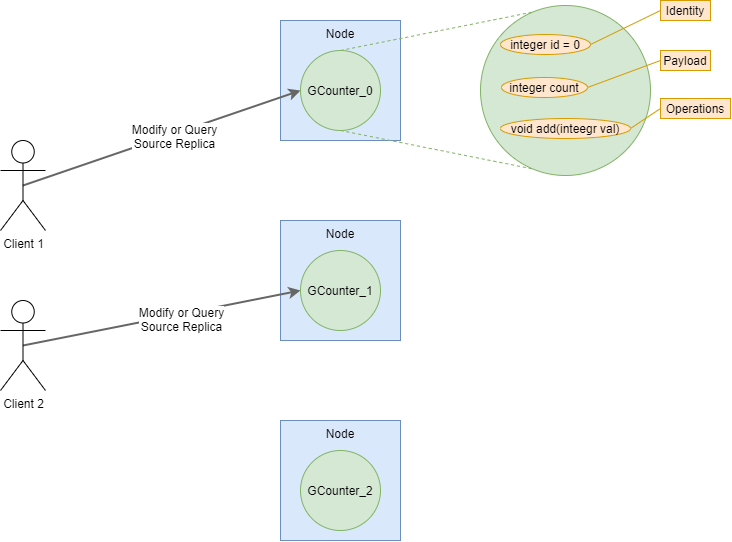
peshkovm/masters-degree-diploma keeps this draw.io diagram as drawio/crdt_system_model.png. Above is the earlier version. Source tidied: cells renumbered, new cells last; positions are measured from the earlier drawing's top-left corner, leaving out a move shared by most shapes. Source of this version:
```xml
<mxGraphModel>
  <root>
    <mxCell id="0" />
    <mxCell id="1" parent="0" />
    <mxCell id="2" value="Node" style="whiteSpace=wrap;html=1;verticalAlign=top;fillColor=#dae8fc;strokeColor=#6c8ebf;sketch=0;rounded=0;" parent="1" vertex="1">
      <mxGeometry x="280" y="20" width="120" height="120" as="geometry" />
    </mxCell>
    <mxCell id="3" style="rounded=0;jettySize=auto;html=1;exitX=0.5;exitY=0;exitDx=0;exitDy=0;entryX=0.5;entryY=0;entryDx=0;entryDy=0;endArrow=none;endFill=0;dashed=1;fillColor=#d5e8d4;strokeColor=#82b366;" parent="1" edge="1" source="5" target="6">
      <mxGeometry relative="1" as="geometry" />
    </mxCell>
    <mxCell id="4" style="edgeStyle=none;rounded=0;jettySize=auto;html=1;exitX=0.5;exitY=1;exitDx=0;exitDy=0;entryX=0.5;entryY=1;entryDx=0;entryDy=0;endArrow=none;endFill=0;dashed=1;fillColor=#d5e8d4;strokeColor=#82b366;" parent="1" edge="1" source="5" target="6">
      <mxGeometry relative="1" as="geometry" />
    </mxCell>
    <mxCell id="5" value="GCounter_0" style="ellipse;whiteSpace=wrap;html=1;strokeColor=#82b366;fillColor=#d5e8d4;" parent="1" vertex="1">
      <mxGeometry x="300" y="50" width="80" height="80" as="geometry" />
    </mxCell>
    <mxCell id="6" style="ellipse;whiteSpace=wrap;html=1;align=center;verticalAlign=middle;fillColor=#d5e8d4;strokeColor=#82b366;" parent="1" vertex="1">
      <mxGeometry x="480" y="5" width="170" height="170" as="geometry" />
    </mxCell>
    <mxCell id="7" value="Node" style="whiteSpace=wrap;html=1;verticalAlign=top;fillColor=#dae8fc;strokeColor=#6c8ebf;" parent="1" vertex="1">
      <mxGeometry x="280" y="220" width="120" height="120" as="geometry" />
    </mxCell>
    <mxCell id="8" value="GCounter_1" style="ellipse;whiteSpace=wrap;html=1;strokeColor=#82b366;fillColor=#d5e8d4;" parent="1" vertex="1">
      <mxGeometry x="300" y="250" width="80" height="80" as="geometry" />
    </mxCell>
    <mxCell id="9" value="Node" style="whiteSpace=wrap;html=1;verticalAlign=top;fillColor=#dae8fc;strokeColor=#6c8ebf;" parent="1" vertex="1">
      <mxGeometry x="280" y="420" width="120" height="120" as="geometry" />
    </mxCell>
    <mxCell id="10" value="GCounter_2" style="ellipse;whiteSpace=wrap;html=1;strokeColor=#82b366;fillColor=#d5e8d4;" parent="1" vertex="1">
      <mxGeometry x="300" y="450" width="80" height="80" as="geometry" />
    </mxCell>
    <mxCell id="11" style="edgeStyle=none;rounded=0;jettySize=auto;html=1;exitX=1;exitY=0.5;exitDx=0;exitDy=0;endArrow=none;endFill=0;fontSize=12;fillColor=#ffe6cc;strokeColor=#d79b00;entryX=0;entryY=0.5;entryDx=0;entryDy=0;" parent="1" edge="1" source="12" target="13">
      <mxGeometry relative="1" as="geometry" />
    </mxCell>
    <mxCell id="12" value="integer id = 0" style="ellipse;whiteSpace=wrap;html=1;fontSize=12;align=center;strokeColor=#d79b00;fillColor=#ffe6cc;" parent="1" vertex="1">
      <mxGeometry x="500" y="34" width="90" height="20" as="geometry" />
    </mxCell>
    <mxCell id="13" value="Identity" style="text;html=1;fillColor=#ffe6cc;align=center;verticalAlign=middle;whiteSpace=wrap;rounded=0;fontSize=12;strokeColor=#d79b00;" parent="1" vertex="1">
      <mxGeometry x="660" width="50" height="20" as="geometry" />
    </mxCell>
    <mxCell id="14" style="edgeStyle=none;rounded=0;jettySize=auto;html=1;exitX=1;exitY=0.5;exitDx=0;exitDy=0;endArrow=none;endFill=0;fontSize=12;fillColor=#ffe6cc;strokeColor=#d79b00;entryX=0;entryY=0.5;entryDx=0;entryDy=0;" parent="1" edge="1" source="15" target="16">
      <mxGeometry relative="1" as="geometry" />
    </mxCell>
    <mxCell id="15" value="integer count" style="ellipse;whiteSpace=wrap;html=1;fillColor=#ffe6cc;fontSize=12;align=center;strokeColor=#d79b00;" parent="1" vertex="1">
      <mxGeometry x="501" y="77" width="86" height="20" as="geometry" />
    </mxCell>
    <mxCell id="16" value="Payload" style="text;html=1;fillColor=#ffe6cc;align=center;verticalAlign=middle;whiteSpace=wrap;rounded=0;fontSize=12;strokeColor=#d79b00;" parent="1" vertex="1">
      <mxGeometry x="660" y="50" width="50" height="20" as="geometry" />
    </mxCell>
    <mxCell id="17" style="edgeStyle=none;rounded=0;jettySize=auto;html=1;exitX=1;exitY=0.5;exitDx=0;exitDy=0;endArrow=none;endFill=0;fontSize=12;fillColor=#ffe6cc;strokeColor=#d79b00;entryX=0;entryY=0.5;entryDx=0;entryDy=0;" parent="1" edge="1" source="18" target="19">
      <mxGeometry relative="1" as="geometry" />
    </mxCell>
    <mxCell id="18" value="void add(inteegr val)" style="ellipse;whiteSpace=wrap;html=1;fillColor=#ffe6cc;fontSize=12;align=center;strokeColor=#d79b00;" parent="1" vertex="1">
      <mxGeometry x="500" y="118" width="130" height="20" as="geometry" />
    </mxCell>
    <mxCell id="19" value="Operations" style="text;html=1;fillColor=#ffe6cc;align=center;verticalAlign=middle;whiteSpace=wrap;rounded=0;fontSize=12;strokeColor=#d79b00;" parent="1" vertex="1">
      <mxGeometry x="660" y="98" width="70" height="20" as="geometry" />
    </mxCell>
    <mxCell id="20" style="edgeStyle=none;rounded=0;jettySize=auto;html=1;entryX=0;entryY=0.5;entryDx=0;entryDy=0;endArrow=classic;endFill=1;fontSize=12;strokeWidth=2;fillColor=#f5f5f5;strokeColor=#666666;gradientColor=#b3b3b3;jumpStyle=none;sketch=0;exitX=0.5;exitY=0.5;exitDx=0;exitDy=0;exitPerimeter=0;" parent="1" edge="1" source="22" target="5">
      <mxGeometry relative="1" as="geometry" />
    </mxCell>
    <mxCell id="21" value="Modify or Query&lt;br&gt;Source Replica" style="edgeLabel;html=1;align=center;verticalAlign=middle;fontSize=12;" parent="20" vertex="1">
      <mxGeometry x="0.08" y="-2" relative="1" as="geometry" />
    </mxCell>
    <mxCell id="22" value="&lt;font style=&quot;font-size: 12px&quot;&gt;Client 1&lt;/font&gt;" style="shape=umlActor;verticalLabelPosition=bottom;verticalAlign=top;html=1;outlineConnect=0;strokeColor=#000000;fillColor=none;fontSize=12;align=center;" parent="1" vertex="1">
      <mxGeometry y="140" width="45" height="90" as="geometry" />
    </mxCell>
    <mxCell id="23" style="edgeStyle=none;rounded=0;sketch=0;jumpStyle=none;jettySize=auto;html=1;exitX=0.5;exitY=0.5;exitDx=0;exitDy=0;exitPerimeter=0;entryX=0;entryY=0.5;entryDx=0;entryDy=0;endArrow=classic;endFill=1;strokeWidth=2;fontSize=12;gradientColor=#b3b3b3;fillColor=#f5f5f5;strokeColor=#666666;" parent="1" edge="1" source="25" target="8">
      <mxGeometry relative="1" as="geometry" />
    </mxCell>
    <mxCell id="24" value="Modify or Query&lt;br&gt;Source Replica" style="edgeLabel;html=1;align=center;verticalAlign=middle;fontSize=12;" parent="23" vertex="1">
      <mxGeometry x="0.13" y="-4" relative="1" as="geometry" />
    </mxCell>
    <mxCell id="25" value="&lt;font style=&quot;font-size: 12px&quot;&gt;Client 2&lt;/font&gt;" style="shape=umlActor;verticalLabelPosition=bottom;verticalAlign=top;html=1;outlineConnect=0;strokeColor=#000000;fillColor=none;fontSize=12;align=center;" parent="1" vertex="1">
      <mxGeometry y="300" width="45" height="90" as="geometry" />
    </mxCell>
  </root>
</mxGraphModel>
```
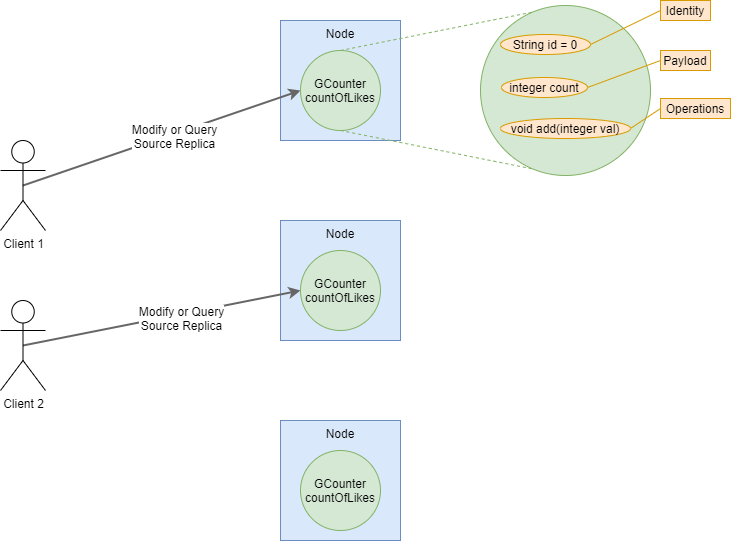
The same file after the commit.

What changed in the source:
```diff
@@ -11,7 +11,7 @@
     <mxCell id="4" style="edgeStyle=none;rounded=0;jettySize=auto;html=1;exitX=0.5;exitY=1;exitDx=0;exitDy=0;entryX=0.5;entryY=1;entryDx=0;entryDy=0;endArrow=none;endFill=0;dashed=1;fillColor=#d5e8d4;strokeColor=#82b366;" parent="1" edge="1" source="5" target="6">
       <mxGeometry relative="1" as="geometry" />
     </mxCell>
-    <mxCell id="5" value="GCounter_0" style="ellipse;whiteSpace=wrap;html=1;strokeColor=#82b366;fillColor=#d5e8d4;" parent="1" vertex="1">
+    <mxCell id="5" value="GCounter&lt;br&gt;countOfLikes" style="ellipse;whiteSpace=wrap;html=1;strokeColor=#82b366;fillColor=#d5e8d4;" parent="1" vertex="1">
       <mxGeometry x="300" y="50" width="80" height="80" as="geometry" />
     </mxCell>
     <mxCell id="6" style="ellipse;whiteSpace=wrap;html=1;align=center;verticalAlign=middle;fillColor=#d5e8d4;strokeColor=#82b366;" parent="1" vertex="1">
@@ -20,19 +20,19 @@
     <mxCell id="7" value="Node" style="whiteSpace=wrap;html=1;verticalAlign=top;fillColor=#dae8fc;strokeColor=#6c8ebf;" parent="1" vertex="1">
       <mxGeometry x="280" y="220" width="120" height="120" as="geometry" />
     </mxCell>
-    <mxCell id="8" value="GCounter_1" style="ellipse;whiteSpace=wrap;html=1;strokeColor=#82b366;fillColor=#d5e8d4;" parent="1" vertex="1">
+    <mxCell id="8" value="GCounter&lt;br&gt;countOfLikes" style="ellipse;whiteSpace=wrap;html=1;strokeColor=#82b366;fillColor=#d5e8d4;" parent="1" vertex="1">
       <mxGeometry x="300" y="250" width="80" height="80" as="geometry" />
     </mxCell>
     <mxCell id="9" value="Node" style="whiteSpace=wrap;html=1;verticalAlign=top;fillColor=#dae8fc;strokeColor=#6c8ebf;" parent="1" vertex="1">
       <mxGeometry x="280" y="420" width="120" height="120" as="geometry" />
     </mxCell>
-    <mxCell id="10" value="GCounter_2" style="ellipse;whiteSpace=wrap;html=1;strokeColor=#82b366;fillColor=#d5e8d4;" parent="1" vertex="1">
+    <mxCell id="10" value="GCounter&lt;br&gt;countOfLikes" style="ellipse;whiteSpace=wrap;html=1;strokeColor=#82b366;fillColor=#d5e8d4;" parent="1" vertex="1">
       <mxGeometry x="300" y="450" width="80" height="80" as="geometry" />
     </mxCell>
     <mxCell id="11" style="edgeStyle=none;rounded=0;jettySize=auto;html=1;exitX=1;exitY=0.5;exitDx=0;exitDy=0;endArrow=none;endFill=0;fontSize=12;fillColor=#ffe6cc;strokeColor=#d79b00;entryX=0;entryY=0.5;entryDx=0;entryDy=0;" parent="1" edge="1" source="12" target="13">
       <mxGeometry relative="1" as="geometry" />
     </mxCell>
-    <mxCell id="12" value="integer id = 0" style="ellipse;whiteSpace=wrap;html=1;fontSize=12;align=center;strokeColor=#d79b00;fillColor=#ffe6cc;" parent="1" vertex="1">
+    <mxCell id="12" value="String id = 0" style="ellipse;whiteSpace=wrap;html=1;fontSize=12;align=center;strokeColor=#d79b00;fillColor=#ffe6cc;" parent="1" vertex="1">
       <mxGeometry x="500" y="34" width="90" height="20" as="geometry" />
     </mxCell>
     <mxCell id="13" value="Identity" style="text;html=1;fillColor=#ffe6cc;align=center;verticalAlign=middle;whiteSpace=wrap;rounded=0;fontSize=12;strokeColor=#d79b00;" parent="1" vertex="1">
@@ -50,7 +50,7 @@
     <mxCell id="17" style="edgeStyle=none;rounded=0;jettySize=auto;html=1;exitX=1;exitY=0.5;exitDx=0;exitDy=0;endArrow=none;endFill=0;fontSize=12;fillColor=#ffe6cc;strokeColor=#d79b00;entryX=0;entryY=0.5;entryDx=0;entryDy=0;" parent="1" edge="1" source="18" target="19">
       <mxGeometry relative="1" as="geometry" />
     </mxCell>
-    <mxCell id="18" value="void add(inteegr val)" style="ellipse;whiteSpace=wrap;html=1;fillColor=#ffe6cc;fontSize=12;align=center;strokeColor=#d79b00;" parent="1" vertex="1">
+    <mxCell id="18" value="void add(integer val)" style="ellipse;whiteSpace=wrap;html=1;fillColor=#ffe6cc;fontSize=12;align=center;strokeColor=#d79b00;" parent="1" vertex="1">
       <mxGeometry x="500" y="118" width="130" height="20" as="geometry" />
     </mxCell>
     <mxCell id="19" value="Operations" style="text;html=1;fillColor=#ffe6cc;align=center;verticalAlign=middle;whiteSpace=wrap;rounded=0;fontSize=12;strokeColor=#d79b00;" parent="1" vertex="1">
```
